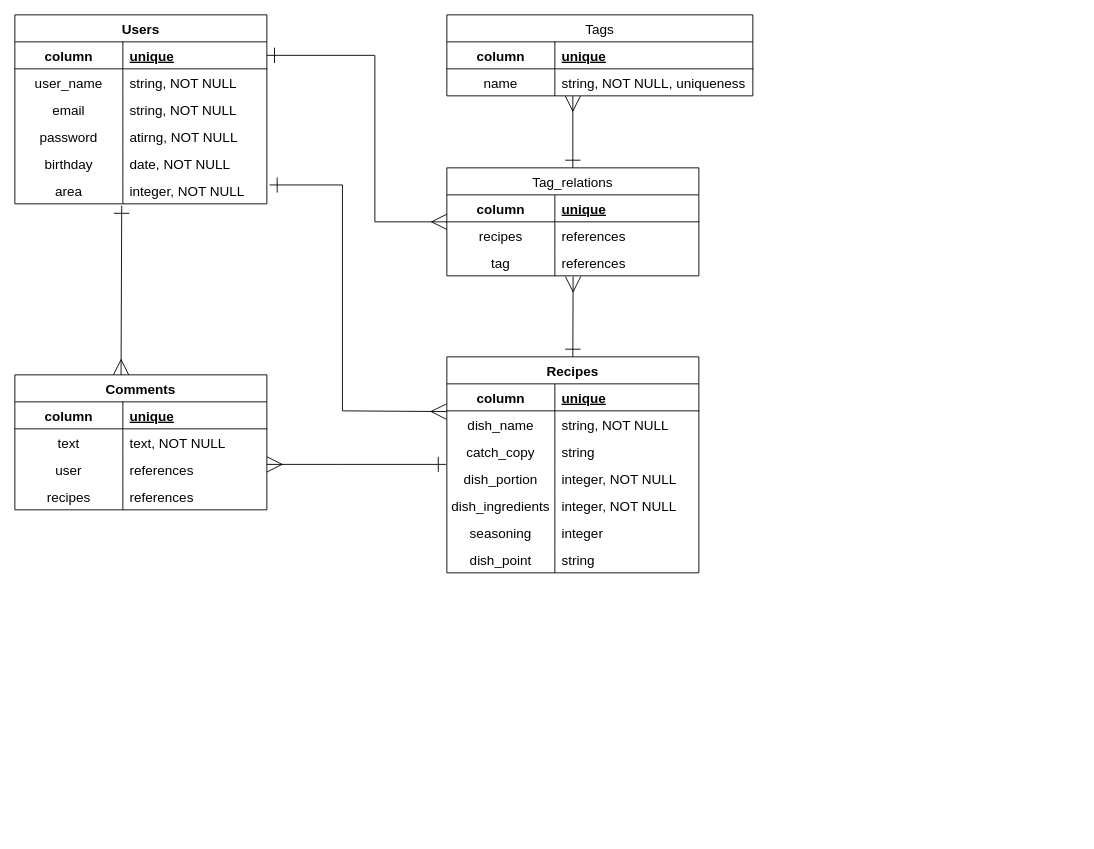
Above: ER.dio in shige1128/RAcook (draw.io), before the change. Source tidied: cells renumbered, new cells numbered last; positions are measured from the earlier drawing's top-left corner, leaving out a move shared by most shapes. Both pictures are drawn from the tidied source at 90%, with x=0, y=0 at pixel (14, 14).
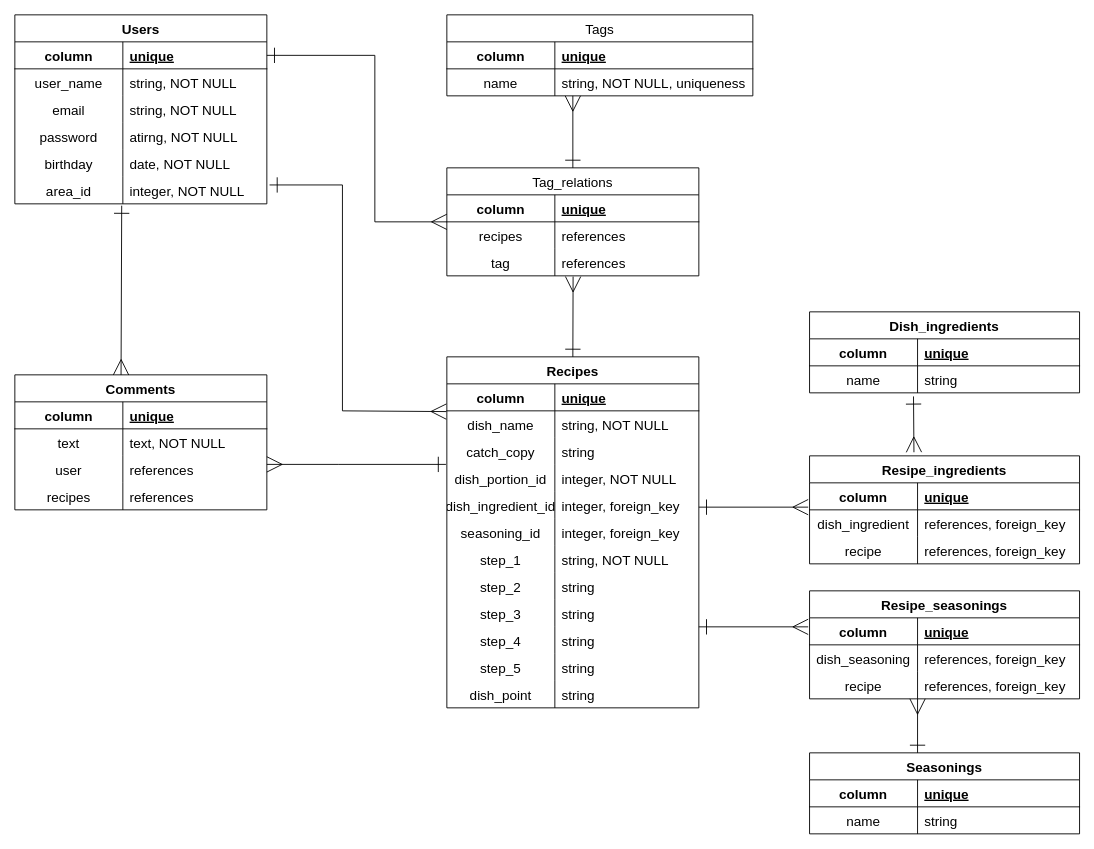
After the change.

Commit message (it also covers changes not shown here):
ReadME作成、DB設計見直し

The change refers to these unchanged cells:
```xml
<mxCell id="18" style="shape=partialRectangle;fillColor=none;top=0;left=0;bottom=0;right=0;points=[[0,0.5],[1,0.5]];portConstraint=eastwest;" parent="2" vertex="1">
  <mxGeometry y="180" width="280" height="30" as="geometry" />
</mxCell>
<mxCell id="31" style="shape=partialRectangle;fillColor=none;top=0;left=0;bottom=0;right=0;" parent="21" vertex="1">
  <mxGeometry y="120" width="280" height="30" as="geometry" />
</mxCell>
<mxCell id="34" style="shape=partialRectangle;fillColor=none;top=0;left=0;bottom=0;right=0;" parent="21" vertex="1">
  <mxGeometry y="150" width="280" height="30" as="geometry" />
</mxCell>
<mxCell id="37" style="shape=partialRectangle;fillColor=none;top=0;left=0;bottom=0;right=0;" parent="21" vertex="1">
  <mxGeometry y="180" width="280" height="30" as="geometry" />
</mxCell>
<mxCell id="40" style="shape=partialRectangle;fillColor=none;top=0;left=0;bottom=0;right=0;" parent="21" vertex="1">
  <mxGeometry y="210" width="280" height="30" as="geometry" />
</mxCell>
```

The edit, as a diff of the source:
```diff
@@
-    <mxCell id="19" value="area" style="shape=partialRectangle;fillColor=none;top=0;left=0;bottom=0;right=0;overflow=hidden;fontSize=15;labelPosition=center;verticalLabelPosition=middle;align=center;verticalAlign=middle;" parent="18" vertex="1">
+    <mxCell id="19" value="area_id" style="shape=partialRectangle;fillColor=none;top=0;left=0;bottom=0;right=0;overflow=hidden;fontSize=15;labelPosition=center;verticalLabelPosition=middle;align=center;verticalAlign=middle;" parent="18" vertex="1">
       <mxGeometry width="120" height="30" as="geometry" />
     </mxCell>
@@
     <mxCell id="21" value="Recipes" style="shape=table;startSize=30;childLayout=tableLayout;rowLines=0;fontStyle=1;align=center;fontSize=15;" parent="1" vertex="1">
-      <mxGeometry x="480" y="380" width="280" height="240" as="geometry" />
+      <mxGeometry x="480" y="380" width="280" height="390" as="geometry" />
     </mxCell>
@@
-    <mxCell id="32" value="dish_portion" style="shape=partialRectangle;fillColor=none;top=0;left=0;bottom=0;right=0;overflow=hidden;fontSize=15;labelPosition=center;verticalLabelPosition=middle;align=center;verticalAlign=middle;" parent="31" vertex="1">
+    <mxCell id="32" value="dish_portion_id" style="shape=partialRectangle;fillColor=none;top=0;left=0;bottom=0;right=0;overflow=hidden;fontSize=15;labelPosition=center;verticalLabelPosition=middle;align=center;verticalAlign=middle;" parent="31" vertex="1">
       <mxGeometry width="120" height="30" as="geometry" />
     </mxCell>
@@
-    <mxCell id="35" value="dish_ingredients" style="shape=partialRectangle;fillColor=none;top=0;left=0;bottom=0;right=0;overflow=hidden;fontSize=15;labelPosition=center;verticalLabelPosition=middle;align=center;verticalAlign=middle;" parent="34" vertex="1">
+    <mxCell id="35" value="dish_ingredient_id" style="shape=partialRectangle;fillColor=none;top=0;left=0;bottom=0;right=0;overflow=hidden;fontSize=15;labelPosition=center;verticalLabelPosition=middle;align=center;verticalAlign=middle;" parent="34" vertex="1">
       <mxGeometry width="120" height="30" as="geometry" />
     </mxCell>
-    <mxCell id="36" value="integer, NOT NULL" style="shape=partialRectangle;fillColor=none;top=0;left=0;bottom=0;right=0;align=left;spacingLeft=6;overflow=hidden;fontSize=15;" parent="34" vertex="1">
+    <mxCell id="36" value="integer, foreign_key" style="shape=partialRectangle;fillColor=none;top=0;left=0;bottom=0;right=0;align=left;spacingLeft=6;overflow=hidden;fontSize=15;" parent="34" vertex="1">
       <mxGeometry x="120" width="160" height="30" as="geometry" />
     </mxCell>
@@
-    <mxCell id="38" value="seasoning" style="shape=partialRectangle;fillColor=none;top=0;left=0;bottom=0;right=0;overflow=hidden;fontSize=15;labelPosition=center;verticalLabelPosition=middle;align=center;verticalAlign=middle;" parent="37" vertex="1">
+    <mxCell id="38" value="seasoning_id" style="shape=partialRectangle;fillColor=none;top=0;left=0;bottom=0;right=0;overflow=hidden;fontSize=15;labelPosition=center;verticalLabelPosition=middle;align=center;verticalAlign=middle;" parent="37" vertex="1">
       <mxGeometry width="120" height="30" as="geometry" />
     </mxCell>
-    <mxCell id="39" value="integer" style="shape=partialRectangle;fillColor=none;top=0;left=0;bottom=0;right=0;align=left;spacingLeft=6;overflow=hidden;fontSize=15;" parent="37" vertex="1">
+    <mxCell id="39" value="integer, foreign_key" style="shape=partialRectangle;fillColor=none;top=0;left=0;bottom=0;right=0;align=left;spacingLeft=6;overflow=hidden;fontSize=15;" parent="37" vertex="1">
       <mxGeometry x="120" width="160" height="30" as="geometry" />
     </mxCell>
@@
-    <mxCell id="41" value="dish_point" style="shape=partialRectangle;fillColor=none;top=0;left=0;bottom=0;right=0;overflow=hidden;fontSize=15;labelPosition=center;verticalLabelPosition=middle;align=center;verticalAlign=middle;" parent="40" vertex="1">
+    <mxCell id="41" value="step_1" style="shape=partialRectangle;fillColor=none;top=0;left=0;bottom=0;right=0;overflow=hidden;fontSize=15;labelPosition=center;verticalLabelPosition=middle;align=center;verticalAlign=middle;" parent="40" vertex="1">
       <mxGeometry width="120" height="30" as="geometry" />
     </mxCell>
-    <mxCell id="42" value="string" style="shape=partialRectangle;fillColor=none;top=0;left=0;bottom=0;right=0;align=left;spacingLeft=6;overflow=hidden;fontSize=15;" parent="40" vertex="1">
+    <mxCell id="42" value="string, NOT NULL" style="shape=partialRectangle;fillColor=none;top=0;left=0;bottom=0;right=0;align=left;spacingLeft=6;overflow=hidden;fontSize=15;" parent="40" vertex="1">
       <mxGeometry x="120" width="160" height="30" as="geometry" />
     </mxCell>
+    <mxCell id="80" style="shape=partialRectangle;fillColor=none;top=0;left=0;bottom=0;right=0;" parent="21" vertex="1">
+      <mxGeometry y="240" width="280" height="30" as="geometry" />
+    </mxCell>
+    <mxCell id="81" value="step_2" style="shape=partialRectangle;fillColor=none;top=0;left=0;bottom=0;right=0;overflow=hidden;fontSize=15;labelPosition=center;verticalLabelPosition=middle;align=center;verticalAlign=middle;" parent="80" vertex="1">
+      <mxGeometry width="120" height="30" as="geometry" />
+    </mxCell>
+    <mxCell id="82" value="string" style="shape=partialRectangle;fillColor=none;top=0;left=0;bottom=0;right=0;align=left;spacingLeft=6;overflow=hidden;fontSize=15;" parent="80" vertex="1">
+      <mxGeometry x="120" width="160" height="30" as="geometry" />
+    </mxCell>
+    <mxCell id="83" style="shape=partialRectangle;fillColor=none;top=0;left=0;bottom=0;right=0;" parent="21" vertex="1">
+      <mxGeometry y="270" width="280" height="30" as="geometry" />
+    </mxCell>
+    <mxCell id="84" value="step_3" style="shape=partialRectangle;fillColor=none;top=0;left=0;bottom=0;right=0;overflow=hidden;fontSize=15;labelPosition=center;verticalLabelPosition=middle;align=center;verticalAlign=middle;" parent="83" vertex="1">
+      <mxGeometry width="120" height="30" as="geometry" />
+    </mxCell>
+    <mxCell id="85" value="string" style="shape=partialRectangle;fillColor=none;top=0;left=0;bottom=0;right=0;align=left;spacingLeft=6;overflow=hidden;fontSize=15;" parent="83" vertex="1">
+      <mxGeometry x="120" width="160" height="30" as="geometry" />
+    </mxCell>
+    <mxCell id="86" style="shape=partialRectangle;fillColor=none;top=0;left=0;bottom=0;right=0;" parent="21" vertex="1">
+      <mxGeometry y="300" width="280" height="30" as="geometry" />
+    </mxCell>
+    <mxCell id="87" value="step_4" style="shape=partialRectangle;fillColor=none;top=0;left=0;bottom=0;right=0;overflow=hidden;fontSize=15;labelPosition=center;verticalLabelPosition=middle;align=center;verticalAlign=middle;" parent="86" vertex="1">
+      <mxGeometry width="120" height="30" as="geometry" />
+    </mxCell>
+    <mxCell id="88" value="string" style="shape=partialRectangle;fillColor=none;top=0;left=0;bottom=0;right=0;align=left;spacingLeft=6;overflow=hidden;fontSize=15;" parent="86" vertex="1">
+      <mxGeometry x="120" width="160" height="30" as="geometry" />
+    </mxCell>
+    <mxCell id="89" style="shape=partialRectangle;fillColor=none;top=0;left=0;bottom=0;right=0;" parent="21" vertex="1">
+      <mxGeometry y="330" width="280" height="30" as="geometry" />
+    </mxCell>
+    <mxCell id="90" value="step_5" style="shape=partialRectangle;fillColor=none;top=0;left=0;bottom=0;right=0;overflow=hidden;fontSize=15;labelPosition=center;verticalLabelPosition=middle;align=center;verticalAlign=middle;" parent="89" vertex="1">
+      <mxGeometry width="120" height="30" as="geometry" />
+    </mxCell>
+    <mxCell id="91" value="string" style="shape=partialRectangle;fillColor=none;top=0;left=0;bottom=0;right=0;align=left;spacingLeft=6;overflow=hidden;fontSize=15;" parent="89" vertex="1">
+      <mxGeometry x="120" width="160" height="30" as="geometry" />
+    </mxCell>
+    <mxCell id="92" style="shape=partialRectangle;fillColor=none;top=0;left=0;bottom=0;right=0;" parent="21" vertex="1">
+      <mxGeometry y="360" width="280" height="30" as="geometry" />
+    </mxCell>
+    <mxCell id="93" value="dish_point" style="shape=partialRectangle;fillColor=none;top=0;left=0;bottom=0;right=0;overflow=hidden;fontSize=15;labelPosition=center;verticalLabelPosition=middle;align=center;verticalAlign=middle;" parent="92" vertex="1">
+      <mxGeometry width="120" height="30" as="geometry" />
+    </mxCell>
+    <mxCell id="94" value="string" style="shape=partialRectangle;fillColor=none;top=0;left=0;bottom=0;right=0;align=left;spacingLeft=6;overflow=hidden;fontSize=15;" parent="92" vertex="1">
+      <mxGeometry x="120" width="160" height="30" as="geometry" />
+    </mxCell>
@@
+    <mxCell id="95" value="Dish_ingredients" style="shape=table;startSize=30;childLayout=tableLayout;rowLines=0;fontStyle=1;align=center;fontSize=15;" parent="1" vertex="1">
+      <mxGeometry x="883" y="330" width="300" height="90" as="geometry" />
+    </mxCell>
+    <mxCell id="96" style="shape=partialRectangle;fillColor=none;top=0;left=0;bottom=1;right=0;" parent="95" vertex="1">
+      <mxGeometry y="30" width="300" height="30" as="geometry" />
+    </mxCell>
+    <mxCell id="97" value="column" style="shape=partialRectangle;fillColor=none;top=0;left=0;bottom=0;right=0;fontStyle=1;overflow=hidden;fontSize=15;" parent="96" vertex="1">
+      <mxGeometry width="120" height="30" as="geometry" />
+    </mxCell>
+    <mxCell id="98" value="unique" style="shape=partialRectangle;fillColor=none;top=0;left=0;bottom=0;right=0;align=left;spacingLeft=6;fontStyle=5;overflow=hidden;fontSize=15;" parent="96" vertex="1">
+      <mxGeometry x="120" width="180" height="30" as="geometry" />
+    </mxCell>
+    <mxCell id="99" style="shape=partialRectangle;fillColor=none;top=0;left=0;bottom=0;right=0;points=[[0,0.5],[1,0.5]];portConstraint=eastwest;" parent="95" vertex="1">
+      <mxGeometry y="60" width="300" height="30" as="geometry" />
+    </mxCell>
+    <mxCell id="100" value="name" style="shape=partialRectangle;fillColor=none;top=0;left=0;bottom=0;right=0;overflow=hidden;fontSize=15;labelPosition=center;verticalLabelPosition=middle;align=center;verticalAlign=middle;" parent="99" vertex="1">
+      <mxGeometry width="120" height="30" as="geometry" />
+    </mxCell>
+    <mxCell id="101" value="string" style="shape=partialRectangle;fillColor=none;top=0;left=0;bottom=0;right=0;align=left;spacingLeft=6;overflow=hidden;fontSize=15;" parent="99" vertex="1">
+      <mxGeometry x="120" width="180" height="30" as="geometry" />
+    </mxCell>
+    <mxCell id="102" value="Seasonings" style="shape=table;startSize=30;childLayout=tableLayout;rowLines=0;fontStyle=1;align=center;fontSize=15;" parent="1" vertex="1">
+      <mxGeometry x="883" y="820" width="300" height="90" as="geometry" />
+    </mxCell>
+    <mxCell id="103" style="shape=partialRectangle;fillColor=none;top=0;left=0;bottom=1;right=0;" parent="102" vertex="1">
+      <mxGeometry y="30" width="300" height="30" as="geometry" />
+    </mxCell>
+    <mxCell id="104" value="column" style="shape=partialRectangle;fillColor=none;top=0;left=0;bottom=0;right=0;fontStyle=1;overflow=hidden;fontSize=15;" parent="103" vertex="1">
+      <mxGeometry width="120" height="30" as="geometry" />
+    </mxCell>
+    <mxCell id="105" value="unique" style="shape=partialRectangle;fillColor=none;top=0;left=0;bottom=0;right=0;align=left;spacingLeft=6;fontStyle=5;overflow=hidden;fontSize=15;" parent="103" vertex="1">
+      <mxGeometry x="120" width="180" height="30" as="geometry" />
+    </mxCell>
+    <mxCell id="106" style="shape=partialRectangle;fillColor=none;top=0;left=0;bottom=0;right=0;" parent="102" vertex="1">
+      <mxGeometry y="60" width="300" height="30" as="geometry" />
+    </mxCell>
+    <mxCell id="107" value="name" style="shape=partialRectangle;fillColor=none;top=0;left=0;bottom=0;right=0;overflow=hidden;fontSize=15;labelPosition=center;verticalLabelPosition=middle;align=center;verticalAlign=middle;" parent="106" vertex="1">
+      <mxGeometry width="120" height="30" as="geometry" />
+    </mxCell>
+    <mxCell id="108" value="string" style="shape=partialRectangle;fillColor=none;top=0;left=0;bottom=0;right=0;align=left;spacingLeft=6;overflow=hidden;fontSize=15;" parent="106" vertex="1">
+      <mxGeometry x="120" width="180" height="30" as="geometry" />
+    </mxCell>
+    <mxCell id="109" value="Resipe_ingredients" style="shape=table;startSize=30;childLayout=tableLayout;rowLines=0;fontStyle=1;align=center;fontSize=15;" parent="1" vertex="1">
+      <mxGeometry x="883" y="490" width="300" height="120" as="geometry" />
+    </mxCell>
+    <mxCell id="110" style="shape=partialRectangle;fillColor=none;top=0;left=0;bottom=1;right=0;points=[[0,0.5],[1,0.5]];portConstraint=eastwest;" parent="109" vertex="1">
+      <mxGeometry y="30" width="300" height="30" as="geometry" />
+    </mxCell>
+    <mxCell id="111" value="column" style="shape=partialRectangle;fillColor=none;top=0;left=0;bottom=0;right=0;fontStyle=1;overflow=hidden;fontSize=15;" parent="110" vertex="1">
+      <mxGeometry width="120" height="30" as="geometry" />
+    </mxCell>
+    <mxCell id="112" value="unique" style="shape=partialRectangle;fillColor=none;top=0;left=0;bottom=0;right=0;align=left;spacingLeft=6;fontStyle=5;overflow=hidden;fontSize=15;" parent="110" vertex="1">
+      <mxGeometry x="120" width="180" height="30" as="geometry" />
+    </mxCell>
+    <mxCell id="113" style="shape=partialRectangle;fillColor=none;top=0;left=0;bottom=0;right=0;" parent="109" vertex="1">
+      <mxGeometry y="60" width="300" height="30" as="geometry" />
+    </mxCell>
+    <mxCell id="114" value="dish_ingredient" style="shape=partialRectangle;fillColor=none;top=0;left=0;bottom=0;right=0;overflow=hidden;fontSize=15;labelPosition=center;verticalLabelPosition=middle;align=center;verticalAlign=middle;" parent="113" vertex="1">
+      <mxGeometry width="120" height="30" as="geometry" />
+    </mxCell>
+    <mxCell id="115" value="references, foreign_key" style="shape=partialRectangle;fillColor=none;top=0;left=0;bottom=0;right=0;align=left;spacingLeft=6;overflow=hidden;fontSize=15;" parent="113" vertex="1">
+      <mxGeometry x="120" width="180" height="30" as="geometry" />
+    </mxCell>
+    <mxCell id="116" style="shape=partialRectangle;fillColor=none;top=0;left=0;bottom=0;right=0;" parent="109" vertex="1">
+      <mxGeometry y="90" width="300" height="30" as="geometry" />
+    </mxCell>
+    <mxCell id="117" value="recipe" style="shape=partialRectangle;fillColor=none;top=0;left=0;bottom=0;right=0;overflow=hidden;fontSize=15;labelPosition=center;verticalLabelPosition=middle;align=center;verticalAlign=middle;" parent="116" vertex="1">
+      <mxGeometry width="120" height="30" as="geometry" />
+    </mxCell>
+    <mxCell id="118" value="references, foreign_key" style="shape=partialRectangle;fillColor=none;top=0;left=0;bottom=0;right=0;align=left;spacingLeft=6;overflow=hidden;fontSize=15;" parent="116" vertex="1">
+      <mxGeometry x="120" width="180" height="30" as="geometry" />
+    </mxCell>
+    <mxCell id="119" value="Resipe_seasonings" style="shape=table;startSize=30;childLayout=tableLayout;rowLines=0;fontStyle=1;align=center;fontSize=15;" parent="1" vertex="1">
+      <mxGeometry x="883" y="640" width="300" height="120" as="geometry" />
+    </mxCell>
+    <mxCell id="120" style="shape=partialRectangle;fillColor=none;top=0;left=0;bottom=1;right=0;" parent="119" vertex="1">
+      <mxGeometry y="30" width="300" height="30" as="geometry" />
+    </mxCell>
+    <mxCell id="121" value="column" style="shape=partialRectangle;fillColor=none;top=0;left=0;bottom=0;right=0;fontStyle=1;overflow=hidden;fontSize=15;" parent="120" vertex="1">
+      <mxGeometry width="120" height="30" as="geometry" />
+    </mxCell>
+    <mxCell id="122" value="unique" style="shape=partialRectangle;fillColor=none;top=0;left=0;bottom=0;right=0;align=left;spacingLeft=6;fontStyle=5;overflow=hidden;fontSize=15;" parent="120" vertex="1">
+      <mxGeometry x="120" width="180" height="30" as="geometry" />
+    </mxCell>
+    <mxCell id="123" style="shape=partialRectangle;fillColor=none;top=0;left=0;bottom=0;right=0;" parent="119" vertex="1">
+      <mxGeometry y="60" width="300" height="30" as="geometry" />
+    </mxCell>
+    <mxCell id="124" value="dish_seasoning" style="shape=partialRectangle;fillColor=none;top=0;left=0;bottom=0;right=0;overflow=hidden;fontSize=15;labelPosition=center;verticalLabelPosition=middle;align=center;verticalAlign=middle;" parent="123" vertex="1">
+      <mxGeometry width="120" height="30" as="geometry" />
+    </mxCell>
+    <mxCell id="125" value="references, foreign_key" style="shape=partialRectangle;fillColor=none;top=0;left=0;bottom=0;right=0;align=left;spacingLeft=6;overflow=hidden;fontSize=15;" parent="123" vertex="1">
+      <mxGeometry x="120" width="180" height="30" as="geometry" />
+    </mxCell>
+    <mxCell id="126" style="shape=partialRectangle;fillColor=none;top=0;left=0;bottom=0;right=0;" parent="119" vertex="1">
+      <mxGeometry y="90" width="300" height="30" as="geometry" />
+    </mxCell>
+    <mxCell id="127" value="recipe" style="shape=partialRectangle;fillColor=none;top=0;left=0;bottom=0;right=0;overflow=hidden;fontSize=15;labelPosition=center;verticalLabelPosition=middle;align=center;verticalAlign=middle;" parent="126" vertex="1">
+      <mxGeometry width="120" height="30" as="geometry" />
+    </mxCell>
+    <mxCell id="128" value="references, foreign_key" style="shape=partialRectangle;fillColor=none;top=0;left=0;bottom=0;right=0;align=left;spacingLeft=6;overflow=hidden;fontSize=15;" parent="126" vertex="1">
+      <mxGeometry x="120" width="180" height="30" as="geometry" />
+    </mxCell>
+    <mxCell id="129" style="edgeStyle=none;rounded=0;jettySize=auto;html=1;fontSize=15;endSize=15;startSize=15;startArrow=ERone;startFill=0;endArrow=ERmany;endFill=0;entryX=-0.005;entryY=0.9;entryDx=0;entryDy=0;entryPerimeter=0;" parent="1" edge="1" target="110">
+      <mxGeometry relative="1" as="geometry">
+        <mxPoint x="760" y="547" as="sourcePoint" />
+      </mxGeometry>
+    </mxCell>
+    <mxCell id="130" style="edgeStyle=none;rounded=0;jettySize=auto;html=1;fontSize=15;endSize=15;startSize=15;startArrow=ERone;startFill=0;endArrow=ERmany;endFill=0;exitX=0.385;exitY=1.133;exitDx=0;exitDy=0;exitPerimeter=0;" parent="1" edge="1" source="99">
+      <mxGeometry relative="1" as="geometry">
+        <mxPoint x="999" y="486" as="targetPoint" />
+      </mxGeometry>
+    </mxCell>
+    <mxCell id="131" style="edgeStyle=none;rounded=0;orthogonalLoop=1;jettySize=auto;html=1;fontSize=15;endSize=15;startSize=15;startArrow=ERone;startFill=0;endArrow=ERmany;endFill=0;" parent="1" edge="1">
+      <mxGeometry relative="1" as="geometry">
+        <mxPoint x="1003" y="820" as="sourcePoint" />
+        <mxPoint x="1003" y="760" as="targetPoint" />
+      </mxGeometry>
+    </mxCell>
+    <mxCell id="132" style="edgeStyle=none;rounded=0;orthogonalLoop=1;jettySize=auto;html=1;fontSize=15;endSize=15;startSize=15;startArrow=ERone;startFill=0;endArrow=ERmany;endFill=0;entryX=-0.005;entryY=0.9;entryDx=0;entryDy=0;entryPerimeter=0;" parent="1" edge="1">
+      <mxGeometry relative="1" as="geometry">
+        <mxPoint x="760" y="680" as="sourcePoint" />
+        <mxPoint x="881.5" y="680" as="targetPoint" />
+      </mxGeometry>
+    </mxCell>
```
